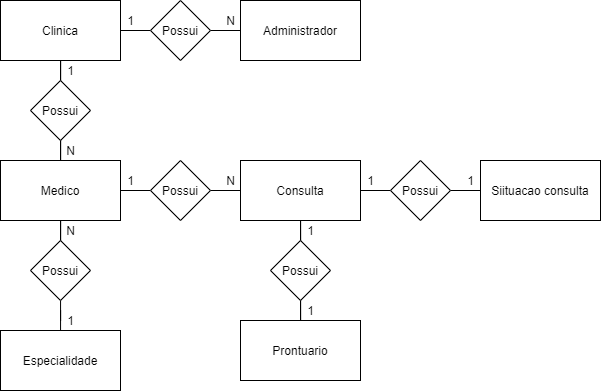
The draw.io diagram Modelagem/Modelagem-SpMedGroup-Conceitual.png in FelipeSabino-del/senai_spmedgroup_sprint1_bd_tarde_FelipeSabino-, before a commit. Source tidied: cells renumbered, new cells last; positions are measured from the earlier drawing's top-left corner, leaving out a move shared by most shapes.
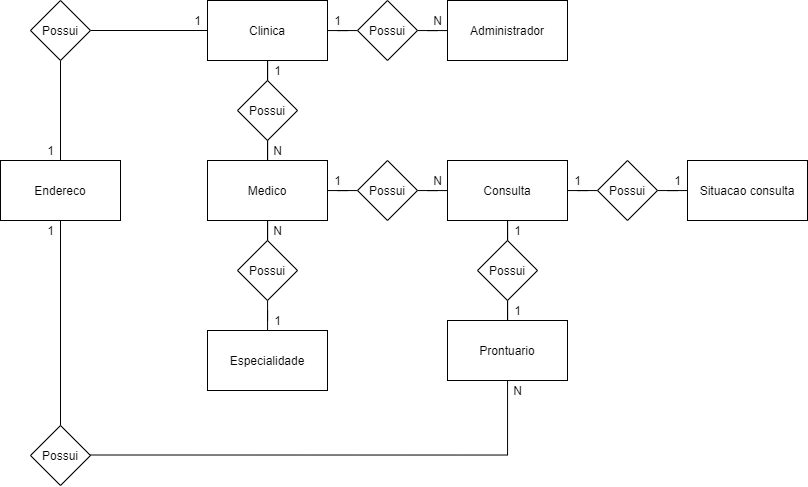
The same file after the commit.

Change to the diagram source:
```diff
@@ -29,7 +29,7 @@
     <mxCell id="10" value="Consulta" style="rounded=0;whiteSpace=wrap;html=1;" parent="1" vertex="1">
       <mxGeometry x="240" y="160" width="120" height="60" as="geometry" />
     </mxCell>
-    <mxCell id="11" value="Siituacao consulta" style="rounded=0;whiteSpace=wrap;html=1;" parent="1" vertex="1">
+    <mxCell id="11" value="Situacao consulta" style="rounded=0;whiteSpace=wrap;html=1;" parent="1" vertex="1">
       <mxGeometry x="480" y="160" width="120" height="60" as="geometry" />
     </mxCell>
     <mxCell id="12" style="edgeStyle=orthogonalEdgeStyle;rounded=0;jettySize=auto;html=1;endArrow=none;endFill=0;" parent="1" edge="1" source="13" target="4">
@@ -113,5 +113,40 @@
     <mxCell id="38" value="1" style="text;html=1;align=center;verticalAlign=middle;" parent="1" vertex="1">
       <mxGeometry x="120" y="170" width="20" height="20" as="geometry" />
     </mxCell>
+    <mxCell id="39" value="Endereco" style="rounded=0;whiteSpace=wrap;html=1;" parent="1" vertex="1">
+      <mxGeometry x="-207" y="160" width="120" height="60" as="geometry" />
+    </mxCell>
+    <mxCell id="40" style="edgeStyle=orthogonalEdgeStyle;rounded=0;jettySize=auto;html=1;entryX=0.5;entryY=0;entryDx=0;entryDy=0;endArrow=none;endFill=0;" parent="1" edge="1" source="42" target="39">
+      <mxGeometry relative="1" as="geometry" />
+    </mxCell>
+    <mxCell id="41" style="edgeStyle=orthogonalEdgeStyle;rounded=0;jettySize=auto;html=1;endArrow=none;endFill=0;entryX=0;entryY=0.5;entryDx=0;entryDy=0;" parent="1" edge="1" source="42" target="6">
+      <mxGeometry relative="1" as="geometry" />
+    </mxCell>
+    <mxCell id="42" value="Possui" style="rhombus;whiteSpace=wrap;html=1;" parent="1" vertex="1">
+      <mxGeometry x="-177" width="60" height="60" as="geometry" />
+    </mxCell>
+    <mxCell id="43" style="edgeStyle=orthogonalEdgeStyle;rounded=0;jettySize=auto;html=1;endArrow=none;endFill=0;entryX=0.5;entryY=1;entryDx=0;entryDy=0;" parent="1" edge="1" source="44" target="39">
+      <mxGeometry relative="1" as="geometry" />
+    </mxCell>
+    <mxCell id="44" value="Possui" style="rhombus;whiteSpace=wrap;html=1;" parent="1" vertex="1">
+      <mxGeometry x="-177" y="425" width="60" height="60" as="geometry" />
+    </mxCell>
+    <mxCell id="45" style="edgeStyle=orthogonalEdgeStyle;rounded=0;jettySize=auto;html=1;endArrow=none;endFill=0;" parent="1" edge="1" target="7">
+      <mxGeometry relative="1" as="geometry">
+        <mxPoint x="-117" y="454.5" as="sourcePoint" />
+      </mxGeometry>
+    </mxCell>
+    <mxCell id="46" value="1" style="text;html=1;align=center;verticalAlign=middle;" parent="1" vertex="1">
+      <mxGeometry x="-167" y="140" width="20" height="20" as="geometry" />
+    </mxCell>
+    <mxCell id="47" value="1" style="text;html=1;align=center;verticalAlign=middle;" parent="1" vertex="1">
+      <mxGeometry x="-167" y="220" width="20" height="20" as="geometry" />
+    </mxCell>
+    <mxCell id="48" value="1" style="text;html=1;align=center;verticalAlign=middle;" parent="1" vertex="1">
+      <mxGeometry x="-20" y="10" width="20" height="20" as="geometry" />
+    </mxCell>
+    <mxCell id="49" value="N" style="text;html=1;align=center;verticalAlign=middle;" parent="1" vertex="1">
+      <mxGeometry x="300" y="380" width="20" height="20" as="geometry" />
+    </mxCell>
   </root>
 </mxGraphModel>
```
